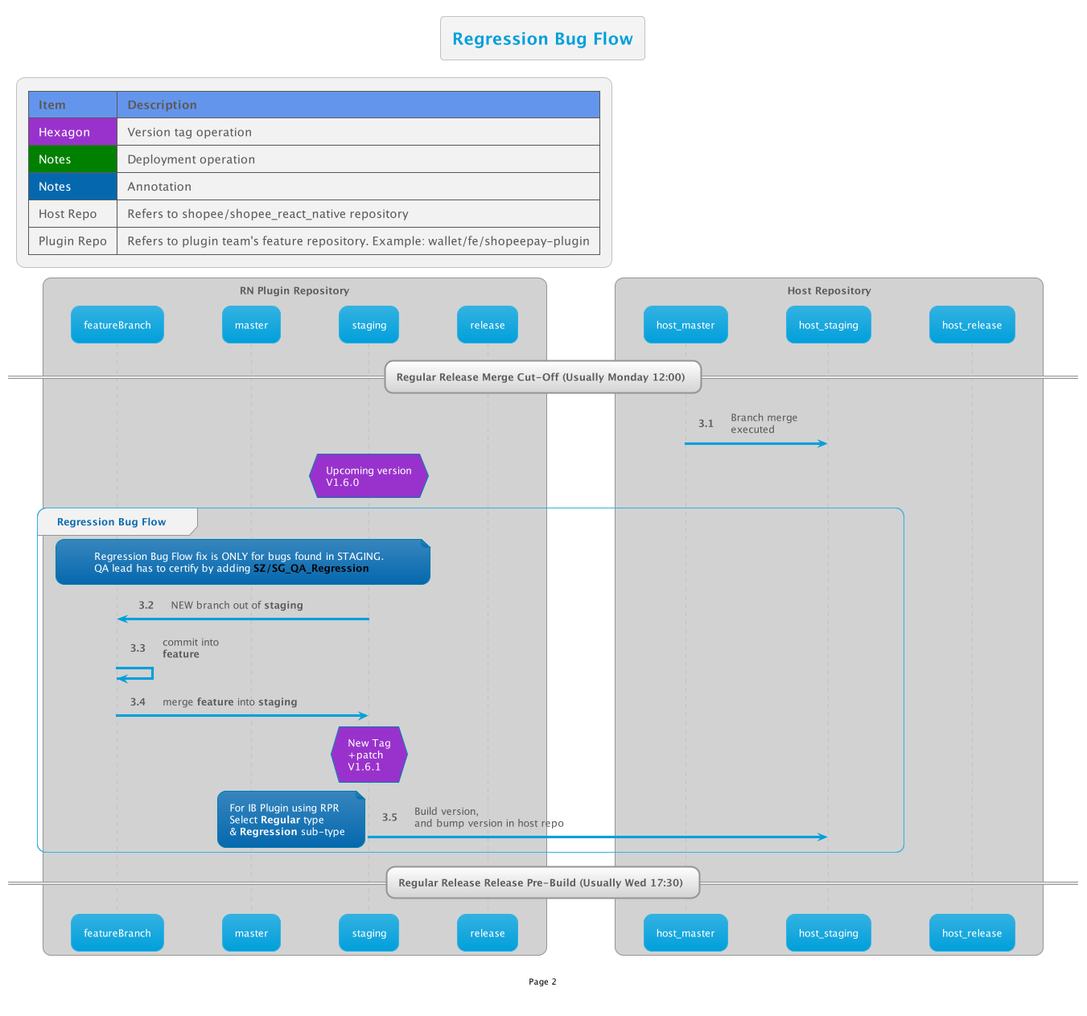
thetomitomo/diagrams keeps this PlantUML diagram as out/RNReview/CodeMergeFlow/2/2.png. Above is the earlier version.
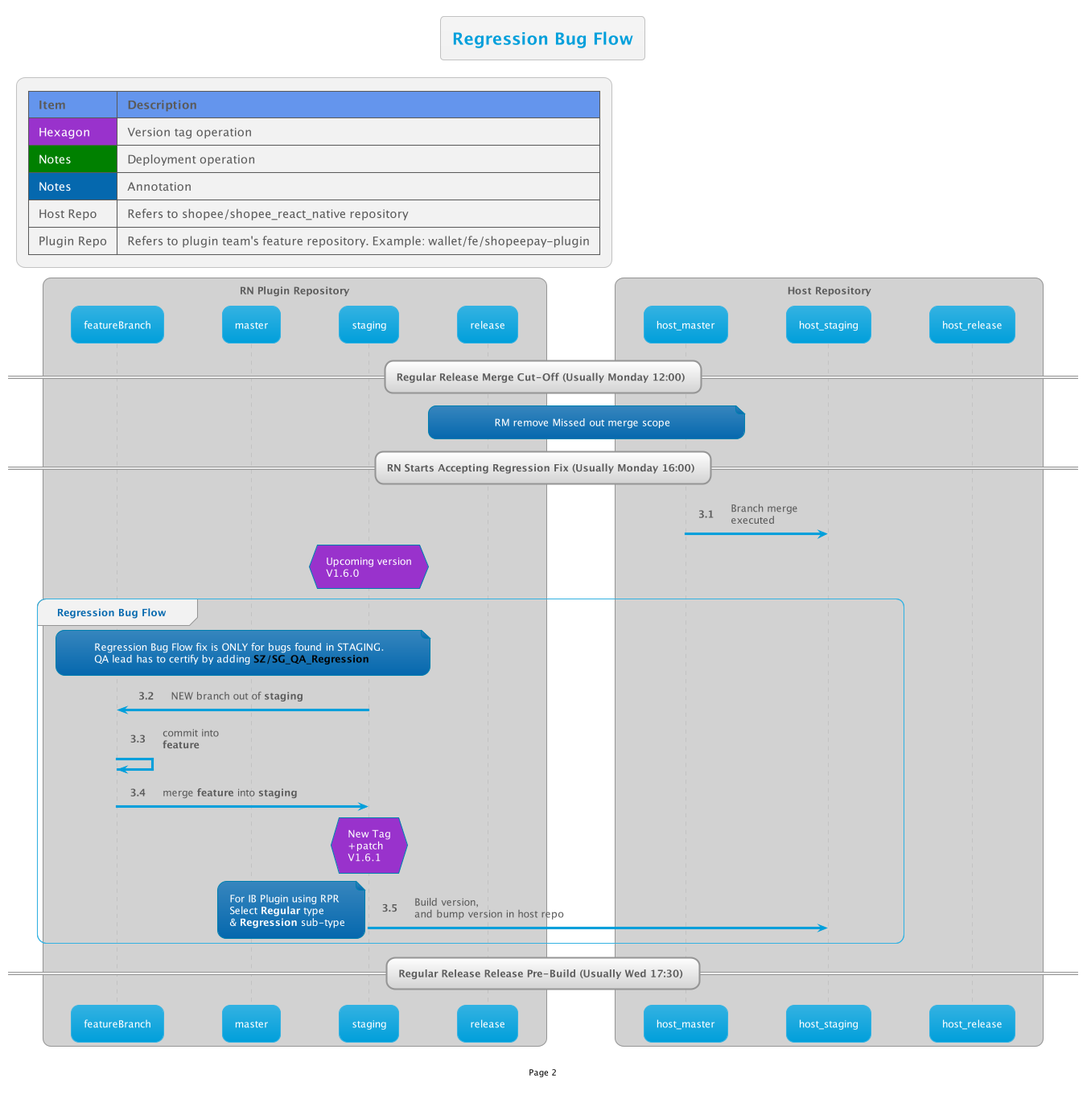
After the change.

Commit message:
fix  regression timing

What changed in the source:
```diff
@@ -6,6 +6,8 @@
 title Regression Bug Flow
 
 == Regular Release Merge Cut-Off (Usually Monday 12:00) ==
+note over release, host_master : RM remove Missed out merge scope
+== RN Starts Accepting Regression Fix (Usually Monday 16:00) ==
 
 host_master -> host_staging: Branch merge\nexecuted
 
```
